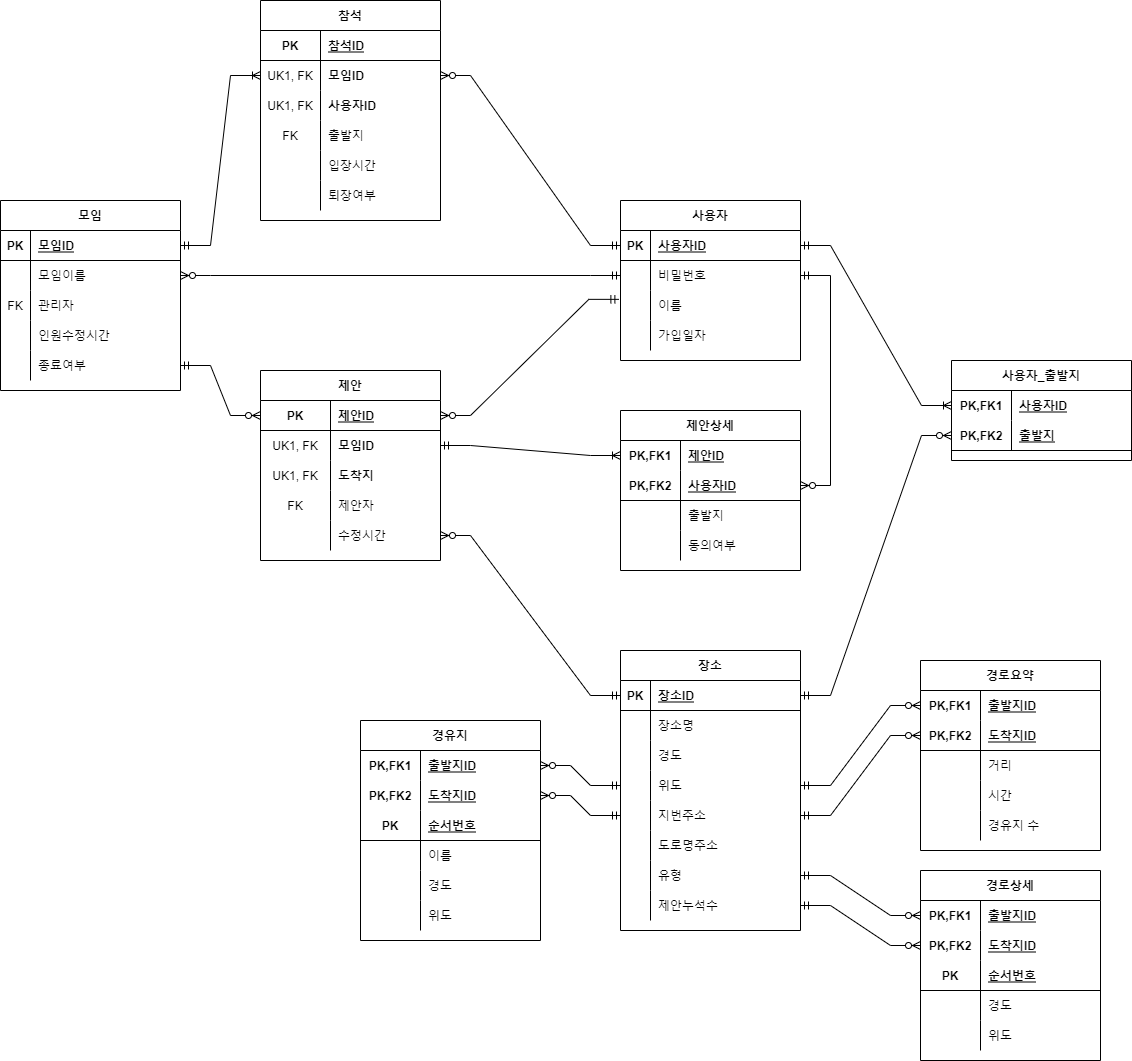
jsjg73/LMUN_Ver2.1 keeps this draw.io diagram as img/ER-DIAGRAM.png. Above is the earlier version. Source tidied: cells renumbered, new cells last; positions are measured from the earlier drawing's top-left corner, leaving out a move shared by most shapes.
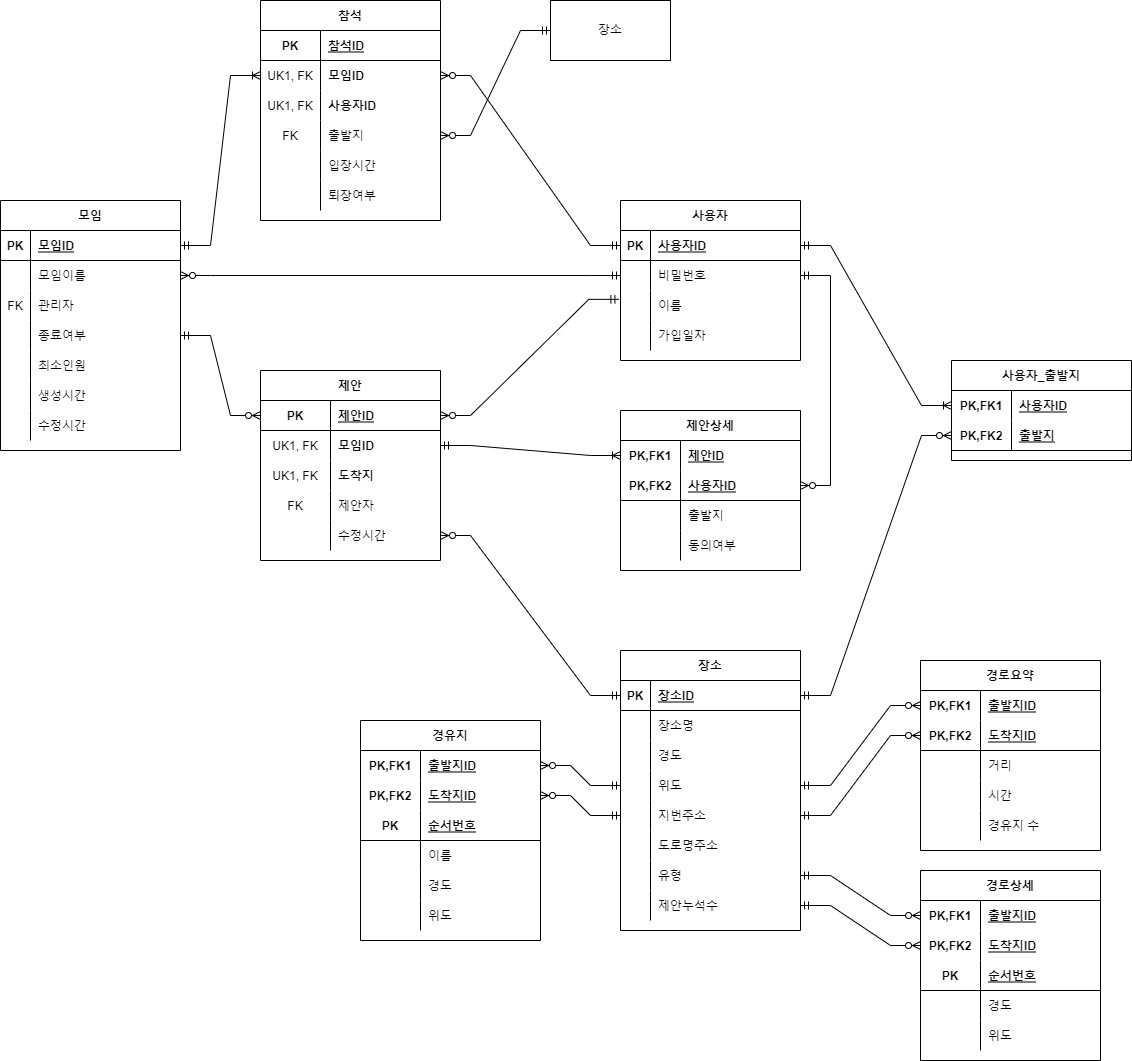
After the change.

Commit message:
update er-diagram img

What changed in the source:
```diff
@@ -3,7 +3,7 @@
     <mxCell id="0" />
     <mxCell id="1" parent="0" />
     <mxCell id="2" value="모임" style="shape=table;startSize=30;rowLines=0;fontStyle=1;align=center;" parent="1" vertex="1">
-      <mxGeometry y="200" width="180" height="190" as="geometry" />
+      <mxGeometry y="200" width="180" height="250" as="geometry" />
     </mxCell>
     <mxCell id="3" style="shape=partialRectangle;fillColor=none;top=0;left=0;bottom=1;right=0;points=[[0,0.5],[1,0.5]];portConstraint=eastwest;" parent="2" vertex="1">
       <mxGeometry y="30" width="180" height="30" as="geometry" />
@@ -32,24 +32,42 @@
     <mxCell id="11" value="관리자" style="shape=partialRectangle;fillColor=none;top=0;left=0;bottom=0;right=0;align=left;spacingLeft=6;overflow=hidden;" parent="9" vertex="1">
       <mxGeometry x="30" width="150" height="30" as="geometry" />
     </mxCell>
+    <mxCell id="15" style="shape=partialRectangle;fillColor=none;top=0;left=0;bottom=0;right=0;points=[[0,0.5],[1,0.5]];portConstraint=eastwest;" parent="2" vertex="1">
+      <mxGeometry y="120" width="180" height="30" as="geometry" />
+    </mxCell>
+    <mxCell id="16" style="shape=partialRectangle;fillColor=none;top=0;left=0;bottom=0;right=0;overflow=hidden;" parent="15" vertex="1">
+      <mxGeometry width="30" height="30" as="geometry" />
+    </mxCell>
+    <mxCell id="17" value="종료여부" style="shape=partialRectangle;fillColor=none;top=0;left=0;bottom=0;right=0;align=left;spacingLeft=6;overflow=hidden;" parent="15" vertex="1">
+      <mxGeometry x="30" width="150" height="30" as="geometry" />
+    </mxCell>
+    <mxCell id="178" style="shape=partialRectangle;fillColor=none;top=0;left=0;bottom=0;right=0;" parent="2" vertex="1">
+      <mxGeometry y="150" width="180" height="30" as="geometry" />
+    </mxCell>
+    <mxCell id="179" style="shape=partialRectangle;fillColor=none;top=0;left=0;bottom=0;right=0;overflow=hidden;" parent="178" vertex="1">
+      <mxGeometry width="30" height="30" as="geometry" />
+    </mxCell>
+    <mxCell id="180" value="최소인원" style="shape=partialRectangle;fillColor=none;top=0;left=0;bottom=0;right=0;align=left;spacingLeft=6;overflow=hidden;" parent="178" vertex="1">
+      <mxGeometry x="30" width="150" height="30" as="geometry" />
+    </mxCell>
+    <mxCell id="181" style="shape=partialRectangle;fillColor=none;top=0;left=0;bottom=0;right=0;" parent="2" vertex="1">
+      <mxGeometry y="180" width="180" height="30" as="geometry" />
+    </mxCell>
+    <mxCell id="182" style="shape=partialRectangle;fillColor=none;top=0;left=0;bottom=0;right=0;overflow=hidden;" parent="181" vertex="1">
+      <mxGeometry width="30" height="30" as="geometry" />
+    </mxCell>
+    <mxCell id="183" value="생성시간" style="shape=partialRectangle;fillColor=none;top=0;left=0;bottom=0;right=0;align=left;spacingLeft=6;overflow=hidden;" parent="181" vertex="1">
+      <mxGeometry x="30" width="150" height="30" as="geometry" />
+    </mxCell>
     <mxCell id="12" style="shape=partialRectangle;fillColor=none;top=0;left=0;bottom=0;right=0;" parent="2" vertex="1">
-      <mxGeometry y="120" width="180" height="30" as="geometry" />
+      <mxGeometry y="210" width="180" height="30" as="geometry" />
     </mxCell>
     <mxCell id="13" style="shape=partialRectangle;fillColor=none;top=0;left=0;bottom=0;right=0;overflow=hidden;" parent="12" vertex="1">
       <mxGeometry width="30" height="30" as="geometry" />
     </mxCell>
-    <mxCell id="14" value="인원수정시간" style="shape=partialRectangle;fillColor=none;top=0;left=0;bottom=0;right=0;align=left;spacingLeft=6;overflow=hidden;" parent="12" vertex="1">
+    <mxCell id="14" value="수정시간" style="shape=partialRectangle;fillColor=none;top=0;left=0;bottom=0;right=0;align=left;spacingLeft=6;overflow=hidden;" parent="12" vertex="1">
       <mxGeometry x="30" width="150" height="30" as="geometry" />
     </mxCell>
-    <mxCell id="15" style="shape=partialRectangle;fillColor=none;top=0;left=0;bottom=0;right=0;points=[[0,0.5],[1,0.5]];portConstraint=eastwest;" parent="2" vertex="1">
-      <mxGeometry y="150" width="180" height="30" as="geometry" />
-    </mxCell>
-    <mxCell id="16" style="shape=partialRectangle;fillColor=none;top=0;left=0;bottom=0;right=0;overflow=hidden;" parent="15" vertex="1">
-      <mxGeometry width="30" height="30" as="geometry" />
-    </mxCell>
-    <mxCell id="17" value="종료여부" style="shape=partialRectangle;fillColor=none;top=0;left=0;bottom=0;right=0;align=left;spacingLeft=6;overflow=hidden;" parent="15" vertex="1">
-      <mxGeometry x="30" width="150" height="30" as="geometry" />
-    </mxCell>
     <mxCell id="18" value="사용자" style="shape=table;startSize=30;rowLines=0;fontStyle=1;align=center;" parent="1" vertex="1">
       <mxGeometry x="620" y="200" width="180" height="160" as="geometry" />
     </mxCell>
@@ -530,5 +548,11 @@
     <mxCell id="177" style="edgeStyle=entityRelationEdgeStyle;fontSize=12;html=1;endArrow=ERzeroToMany;startArrow=ERmandOne;rounded=0;exitX=1;exitY=0.5;exitDx=0;exitDy=0;entryX=1;entryY=0.5;entryDx=0;entryDy=0;" parent="1" edge="1" source="22" target="167">
       <mxGeometry relative="1" as="geometry" />
     </mxCell>
+    <mxCell id="184" style="edgeStyle=entityRelationEdgeStyle;fontSize=12;html=1;endArrow=ERzeroToMany;startArrow=ERmandOne;rounded=0;entryX=1;entryY=0.5;entryDx=0;entryDy=0;exitX=0;exitY=0.5;exitDx=0;exitDy=0;" parent="1" edge="1" source="185" target="42">
+      <mxGeometry relative="1" as="geometry" />
+    </mxCell>
+    <mxCell id="185" value="장소" style="rounded=0;whiteSpace=wrap;html=1;" parent="1" vertex="1">
+      <mxGeometry x="550" width="120" height="60" as="geometry" />
+    </mxCell>
   </root>
 </mxGraphModel>
```
